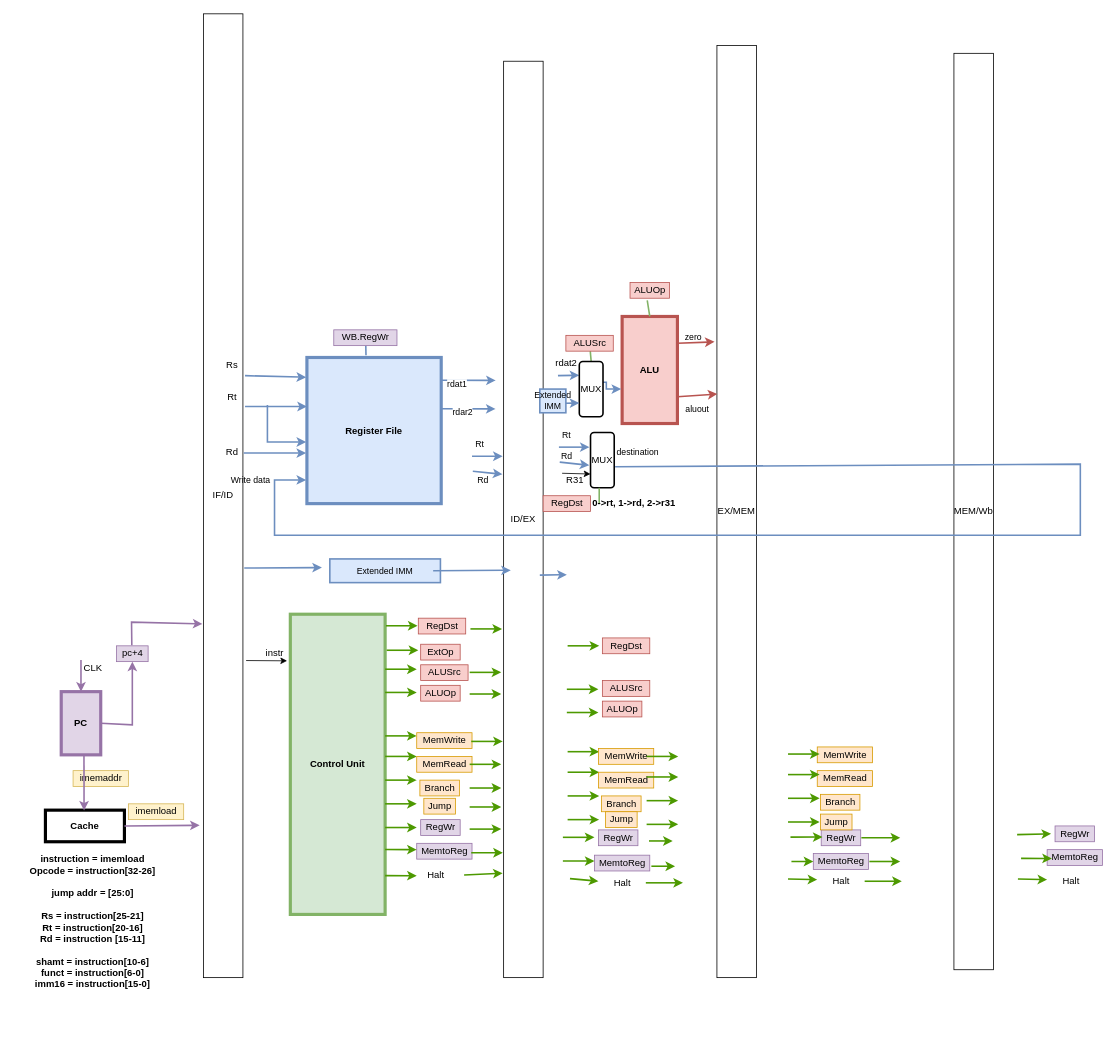
The draw.io diagram pipeline.drawio in vickyfyq/ece437, before the edit. Source tidied: cells renumbered, new cells numbered last; positions are measured from the earlier drawing's top-left corner, leaving out a move shared by most shapes. Both pictures are drawn from the tidied source at 79%, with x=0, y=0 at pixel (13, 13).
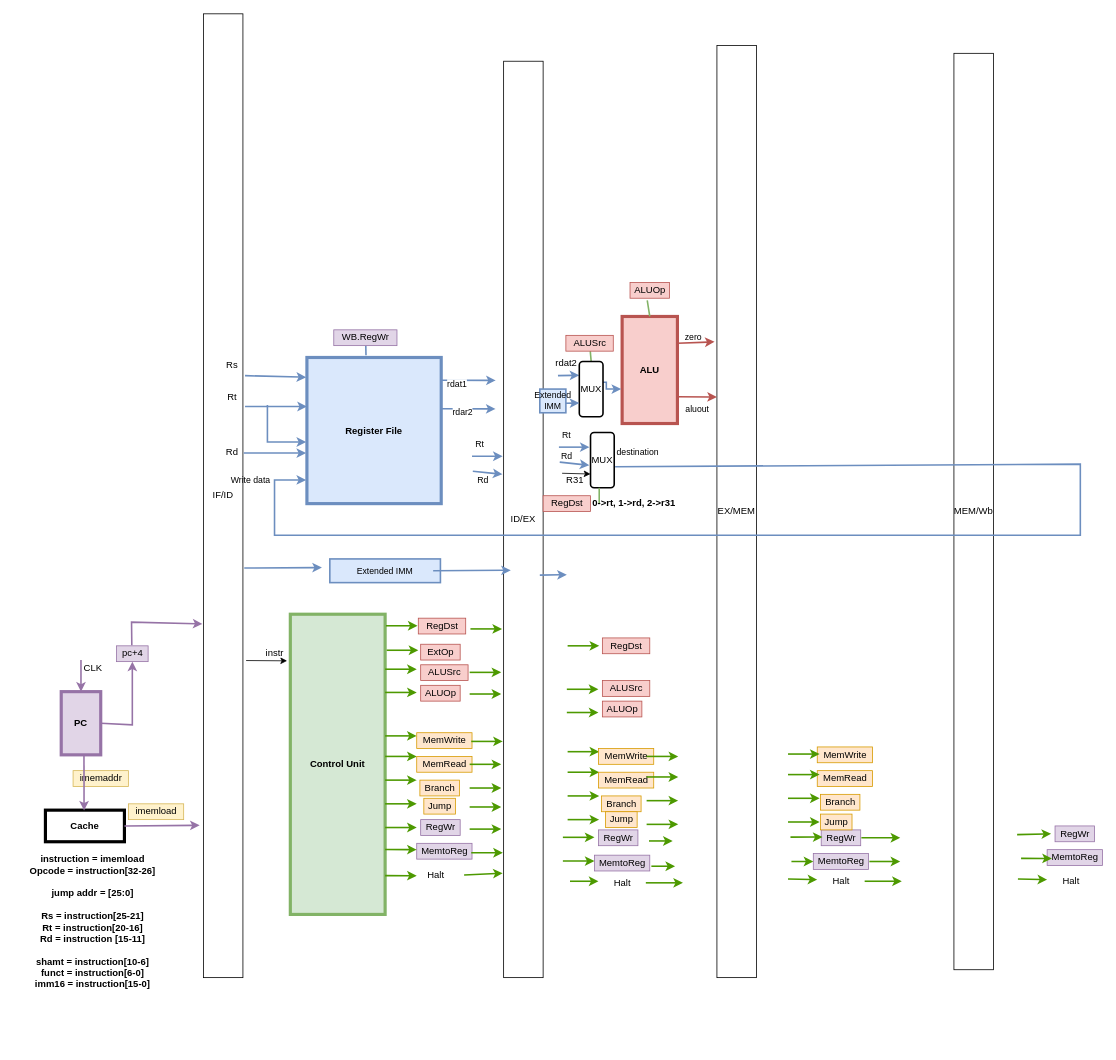
Above is the later version.

The change refers to these unchanged cells:
```xml
<mxCell id="4" value="EX/MEM" style="rounded=0;whiteSpace=wrap;html=1;" parent="1" vertex="1">
  <mxGeometry x="890" y="40" width="50" height="1180" as="geometry" />
</mxCell>
<mxCell id="138" value="&lt;b&gt;ALU&lt;/b&gt;" style="rounded=0;whiteSpace=wrap;html=1;strokeColor=#b85450;strokeWidth=4;fillColor=#f8cecc;" parent="1" vertex="1">
  <mxGeometry x="770" y="383.1" width="70" height="135.5" as="geometry" />
</mxCell>
```

Change to the diagram source:
```diff
@@
-    <mxCell id="81" style="endArrow=classic;html=1;rounded=0;strokeColor=#4D9900;strokeWidth=2;exitX=1.081;exitY=0.892;exitDx=0;exitDy=0;exitPerimeter=0;" parent="1" edge="1">
+    <mxCell id="81" style="endArrow=classic;html=1;rounded=0;strokeColor=#4D9900;strokeWidth=2;" parent="1" edge="1">
       <mxGeometry relative="1" as="geometry">
-        <mxPoint x="704" y="1094.7" as="sourcePoint" />
+        <mxPoint x="704" y="1098" as="sourcePoint" />
         <mxPoint x="740" y="1098" as="targetPoint" />
       </mxGeometry>
     </mxCell>
@@
-    <mxCell id="150" style="endArrow=classic;html=1;rounded=0;labelBackgroundColor=default;fontFamily=Helvetica;fontSize=11;fontColor=default;strokeColor=#b85450;strokeWidth=2;fillColor=#f8cecc;shape=connector;exitX=1;exitY=0.75;exitDx=0;exitDy=0;entryX=0.011;entryY=0.374;entryDx=0;entryDy=0;entryPerimeter=0;" parent="1" edge="1" source="138" target="4">
-      <mxGeometry relative="1" as="geometry" />
+    <mxCell id="150" style="endArrow=classic;html=1;rounded=0;labelBackgroundColor=default;fontFamily=Helvetica;fontSize=11;fontColor=default;strokeColor=#b85450;strokeWidth=2;fillColor=#f8cecc;shape=connector;exitX=1;exitY=0.75;exitDx=0;exitDy=0;" parent="1" edge="1" source="138">
+      <mxGeometry relative="1" as="geometry">
+        <mxPoint x="890" y="485" as="targetPoint" />
+      </mxGeometry>
     </mxCell>
```
